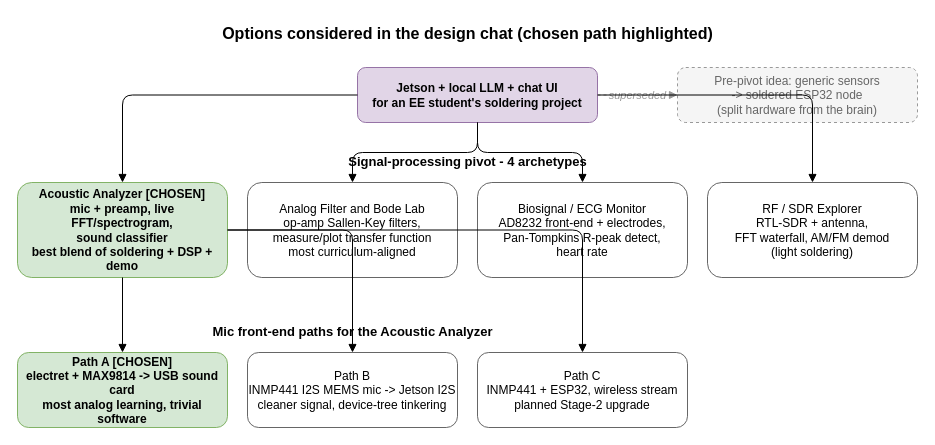
Above: page "Options Considered" (2 of 2) of acoustic-analyzer.drawio in Sachin-Swami21/acoustic-analyzer (draw.io), before the change. Source tidied: cells renumbered, new cells numbered last; positions are measured from the earlier drawing's top-left corner, leaving out a move shared by most shapes. Both pictures are drawn from the tidied source at 100%, with x=0, y=0 at pixel (17, 17).
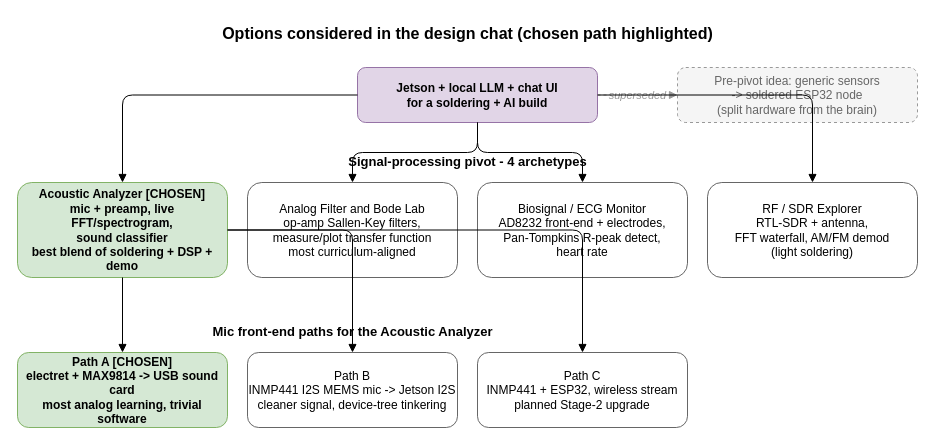
Above is the later version.

The edit, as a diff of the source:
```diff
@@
-    <mxCell id="3" value="Jetson + local LLM + chat UI&#10;for an EE student's soldering project" style="rounded=1;whiteSpace=wrap;html=1;fillColor=#e1d5e7;strokeColor=#9673a6;fontStyle=1;" parent="1" vertex="1">
+    <mxCell id="3" value="Jetson + local LLM + chat UI&#10;for a soldering + AI build" style="rounded=1;whiteSpace=wrap;html=1;fillColor=#e1d5e7;strokeColor=#9673a6;fontStyle=1;" parent="1" vertex="1">
       <mxGeometry x="340" y="50" width="240" height="55" as="geometry" />
     </mxCell>
```
